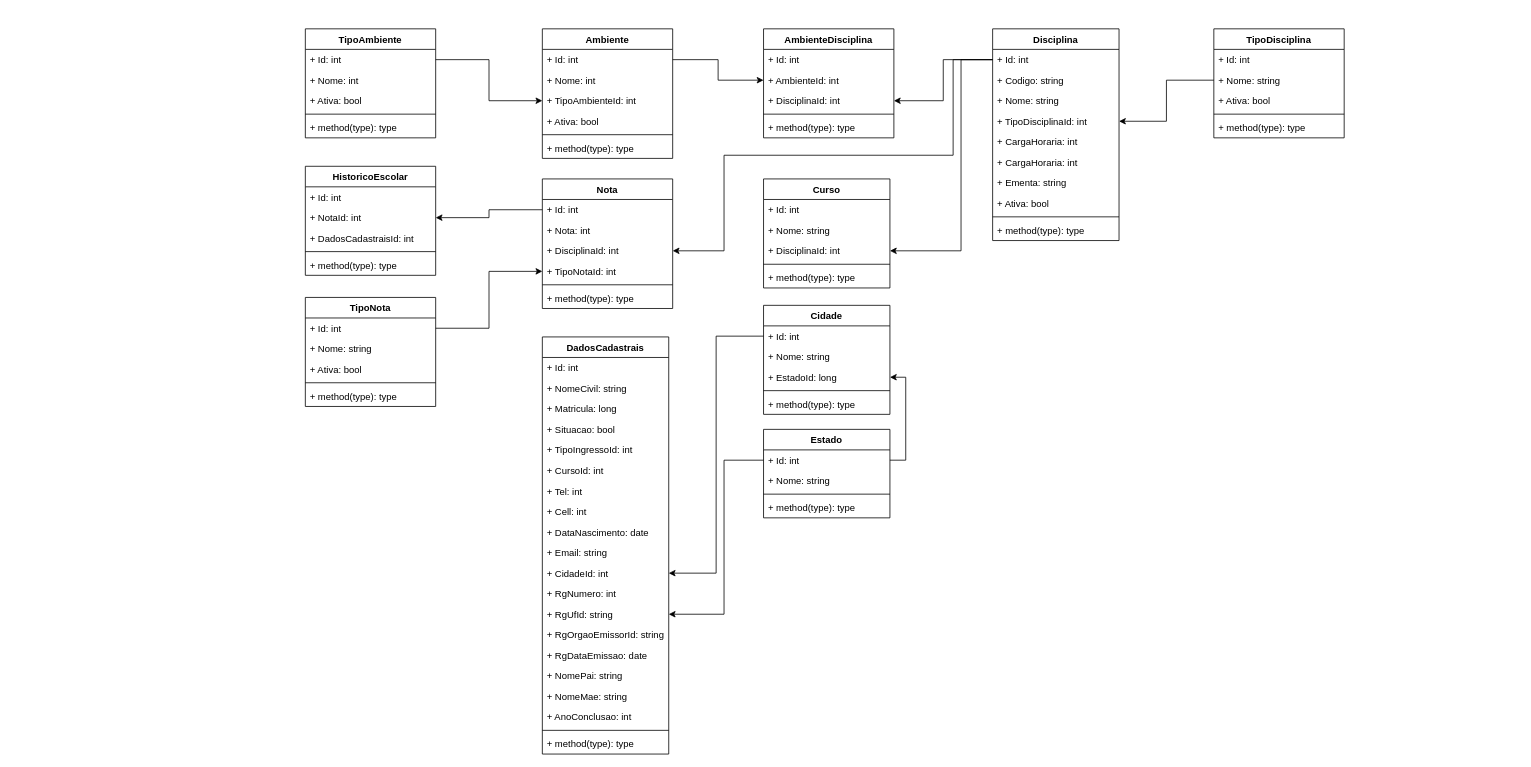
Above: page "POO - Diagrama de Classe" (2 of 2) of DiagramaDeClasse.drawio in Mathschmidt/POO-Abstracao (draw.io), before the change. Source tidied: cells renumbered, new cells numbered last; positions are measured from the earlier drawing's top-left corner, leaving out a move shared by most shapes. Both pictures are drawn from the tidied source at 79%, with x=0, y=0 at pixel (305, 28).
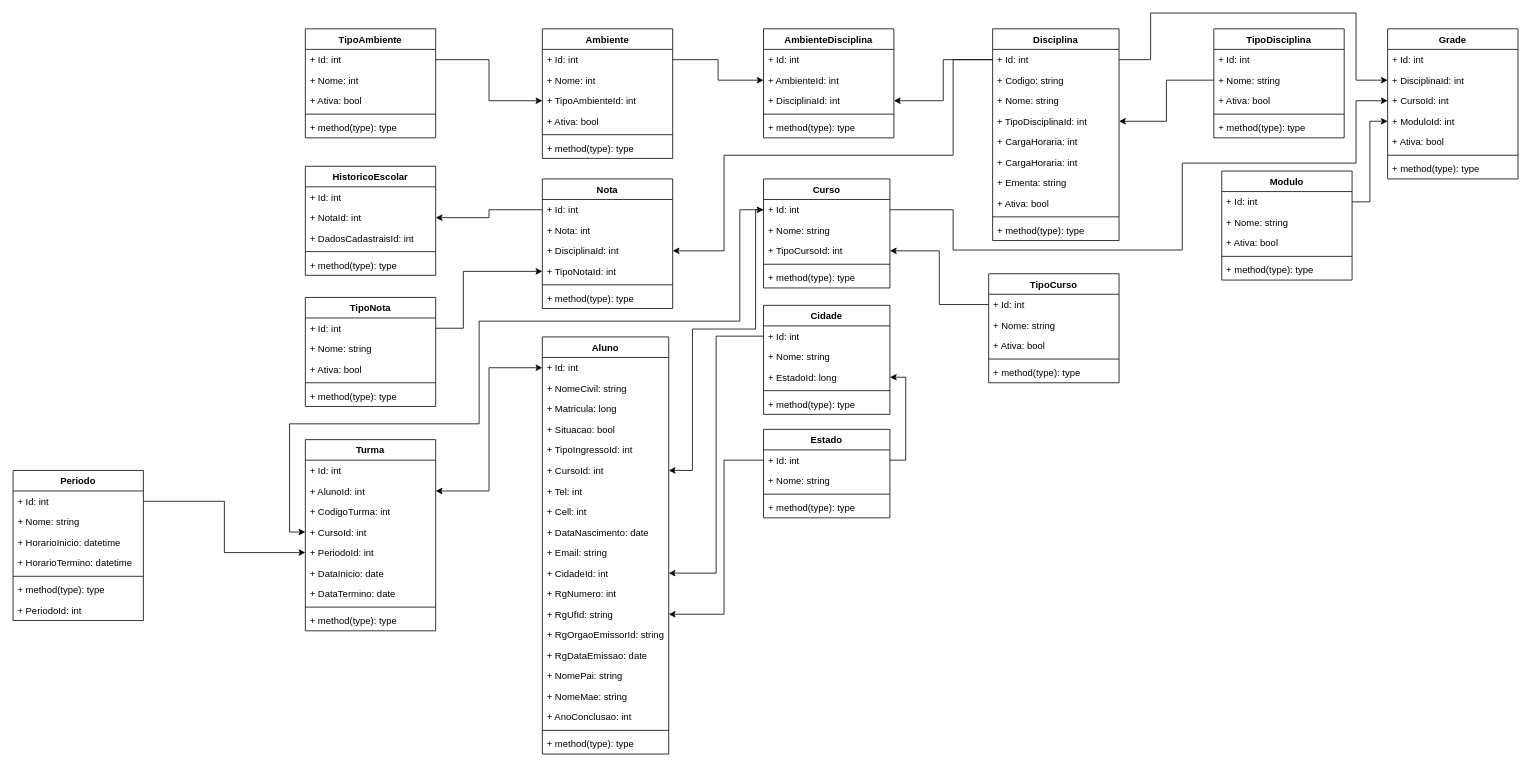
Above is the later version.

Commit message:
CriandoParte3Academico_DiagramaDeClasse.drawio

The change refers to these unchanged cells:
```xml
<mxCell id="3" value="+ Id: int" style="text;strokeColor=none;fillColor=none;align=left;verticalAlign=top;spacingLeft=4;spacingRight=4;overflow=hidden;points=[[0,0.5],[1,0.5]];portConstraint=eastwest;" parent="2" vertex="1">
  <mxGeometry y="26" width="160" height="26" as="geometry" />
</mxCell>
<mxCell id="43" value="+ Id: int" style="text;strokeColor=none;fillColor=none;align=left;verticalAlign=top;spacingLeft=4;spacingRight=4;overflow=hidden;points=[[0,0.5],[1,0.5]];portConstraint=eastwest;" parent="42" vertex="1">
  <mxGeometry y="26" width="160" height="26" as="geometry" />
</mxCell>
<mxCell id="48" value="+ CursoId: int" style="text;strokeColor=none;fillColor=none;align=left;verticalAlign=top;spacingLeft=4;spacingRight=4;overflow=hidden;points=[[0,0.5],[1,0.5]];portConstraint=eastwest;" parent="42" vertex="1">
  <mxGeometry y="156" width="160" height="26" as="geometry" />
</mxCell>
<mxCell id="63" value="Curso" style="swimlane;fontStyle=1;align=center;verticalAlign=top;horizontal=1;startSize=26;" parent="1" vertex="1">
  <mxGeometry x="580" y="190" width="160" height="138" as="geometry" />
</mxCell>
<mxCell id="64" value="+ Id: int" style="text;strokeColor=none;fillColor=none;align=left;verticalAlign=top;spacingLeft=4;spacingRight=4;overflow=hidden;points=[[0,0.5],[1,0.5]];portConstraint=eastwest;" parent="63" vertex="1">
  <mxGeometry y="26" width="160" height="26" as="geometry" />
</mxCell>
<mxCell id="94" value="+ TipoNotaId: int" style="text;strokeColor=none;fillColor=none;align=left;verticalAlign=top;spacingLeft=4;spacingRight=4;overflow=hidden;points=[[0,0.5],[1,0.5]];portConstraint=eastwest;" parent="90" vertex="1">
  <mxGeometry y="104" width="165" height="26" as="geometry" />
</mxCell>
<mxCell id="98" value="+ Id: int" style="text;strokeColor=none;fillColor=none;align=left;verticalAlign=top;spacingLeft=4;spacingRight=4;overflow=hidden;points=[[0,0.5],[1,0.5]];portConstraint=eastwest;" parent="97" vertex="1">
  <mxGeometry y="26" width="165" height="26" as="geometry" />
</mxCell>
```

The edit, as a diff of the source:
```diff
@@
-    <mxCell id="42" value="DadosCadastrais" style="swimlane;fontStyle=1;align=center;verticalAlign=top;horizontal=1;startSize=26;" parent="1" vertex="1">
+    <mxCell id="42" value="Aluno" style="swimlane;fontStyle=1;align=center;verticalAlign=top;horizontal=1;startSize=26;" parent="1" vertex="1">
       <mxGeometry x="300" y="390" width="160" height="528" as="geometry" />
     </mxCell>
@@
-    <mxCell id="66" value="+ DisciplinaId: int" style="text;strokeColor=none;fillColor=none;align=left;verticalAlign=top;spacingLeft=4;spacingRight=4;overflow=hidden;points=[[0,0.5],[1,0.5]];portConstraint=eastwest;" parent="63" vertex="1">
+    <mxCell id="66" value="+ TipoCursoId: int" style="text;strokeColor=none;fillColor=none;align=left;verticalAlign=top;spacingLeft=4;spacingRight=4;overflow=hidden;points=[[0,0.5],[1,0.5]];portConstraint=eastwest;" parent="63" vertex="1">
       <mxGeometry y="78" width="160" height="26" as="geometry" />
     </mxCell>
@@
-    <mxCell id="80" style="edgeStyle=orthogonalEdgeStyle;rounded=0;jettySize=auto;html=1;exitX=0;exitY=0.5;exitDx=0;exitDy=0;entryX=1;entryY=0.5;entryDx=0;entryDy=0;" parent="1" edge="1" source="3" target="66">
-      <mxGeometry relative="1" as="geometry">
-        <Array as="points">
-          <mxPoint x="830" y="39" />
-          <mxPoint x="830" y="281" />
-        </Array>
-      </mxGeometry>
-    </mxCell>
@@
     <mxCell id="104" style="edgeStyle=orthogonalEdgeStyle;rounded=0;jettySize=auto;html=1;exitX=1;exitY=0.5;exitDx=0;exitDy=0;entryX=0;entryY=0.5;entryDx=0;entryDy=0;" parent="1" edge="1" source="98" target="94">
-      <mxGeometry relative="1" as="geometry" />
+      <mxGeometry relative="1" as="geometry">
+        <Array as="points">
+          <mxPoint x="200" y="379" />
+          <mxPoint x="200" y="307" />
+        </Array>
+      </mxGeometry>
     </mxCell>
@@
+    <mxCell id="106" value="Turma" style="swimlane;fontStyle=1;align=center;verticalAlign=top;horizontal=1;startSize=26;" parent="1" vertex="1">
+      <mxGeometry y="520" width="165" height="242" as="geometry" />
+    </mxCell>
+    <mxCell id="107" value="+ Id: int" style="text;strokeColor=none;fillColor=none;align=left;verticalAlign=top;spacingLeft=4;spacingRight=4;overflow=hidden;" parent="106" vertex="1">
+      <mxGeometry y="26" width="165" height="26" as="geometry" />
+    </mxCell>
+    <mxCell id="108" value="+ AlunoId: int " style="text;strokeColor=none;fillColor=none;align=left;verticalAlign=top;spacingLeft=4;spacingRight=4;overflow=hidden;points=[[0,0.5],[1,0.5]];portConstraint=eastwest;" parent="106" vertex="1">
+      <mxGeometry y="52" width="165" height="26" as="geometry" />
+    </mxCell>
+    <mxCell id="109" value="+ CodigoTurma: int" style="text;strokeColor=none;fillColor=none;align=left;verticalAlign=top;spacingLeft=4;spacingRight=4;overflow=hidden;" parent="106" vertex="1">
+      <mxGeometry y="78" width="165" height="26" as="geometry" />
+    </mxCell>
+    <mxCell id="110" value="+ CursoId: int" style="text;strokeColor=none;fillColor=none;align=left;verticalAlign=top;spacingLeft=4;spacingRight=4;overflow=hidden;points=[[0,0.5],[1,0.5]];portConstraint=eastwest;" parent="106" vertex="1">
+      <mxGeometry y="104" width="165" height="26" as="geometry" />
+    </mxCell>
+    <mxCell id="111" value="+ PeriodoId: int" style="text;strokeColor=none;fillColor=none;align=left;verticalAlign=top;spacingLeft=4;spacingRight=4;overflow=hidden;points=[[0,0.5],[1,0.5]];portConstraint=eastwest;" parent="106" vertex="1">
+      <mxGeometry y="130" width="165" height="26" as="geometry" />
+    </mxCell>
+    <mxCell id="112" value="+ DataInicio: date" style="text;strokeColor=none;fillColor=none;align=left;verticalAlign=top;spacingLeft=4;spacingRight=4;overflow=hidden;" parent="106" vertex="1">
+      <mxGeometry y="156" width="165" height="26" as="geometry" />
+    </mxCell>
+    <mxCell id="113" value="+ DataTermino: date" style="text;strokeColor=none;fillColor=none;align=left;verticalAlign=top;spacingLeft=4;spacingRight=4;overflow=hidden;" parent="106" vertex="1">
+      <mxGeometry y="182" width="165" height="26" as="geometry" />
+    </mxCell>
+    <mxCell id="114" style="line;strokeWidth=1;fillColor=none;align=left;verticalAlign=middle;spacingTop=-1;spacingLeft=3;spacingRight=3;labelPosition=right;" parent="106" vertex="1">
+      <mxGeometry y="208" width="165" height="8" as="geometry" />
+    </mxCell>
+    <mxCell id="115" value="+ method(type): type" style="text;strokeColor=none;fillColor=none;align=left;verticalAlign=top;spacingLeft=4;spacingRight=4;overflow=hidden;" parent="106" vertex="1">
+      <mxGeometry y="216" width="165" height="26" as="geometry" />
+    </mxCell>
+    <mxCell id="116" value="Periodo" style="swimlane;fontStyle=1;align=center;verticalAlign=top;horizontal=1;startSize=26;" parent="1" vertex="1">
+      <mxGeometry x="-370" y="559" width="165" height="190" as="geometry" />
+    </mxCell>
+    <mxCell id="117" value="+ Id: int" style="text;strokeColor=none;fillColor=none;align=left;verticalAlign=top;spacingLeft=4;spacingRight=4;overflow=hidden;points=[[0,0.5],[1,0.5]];portConstraint=eastwest;" parent="116" vertex="1">
+      <mxGeometry y="26" width="165" height="26" as="geometry" />
+    </mxCell>
+    <mxCell id="118" value="+ Nome: string" style="text;strokeColor=none;fillColor=none;align=left;verticalAlign=top;spacingLeft=4;spacingRight=4;overflow=hidden;" parent="116" vertex="1">
+      <mxGeometry y="52" width="165" height="26" as="geometry" />
+    </mxCell>
+    <mxCell id="119" value="+ HorarioInicio: datetime" style="text;strokeColor=none;fillColor=none;align=left;verticalAlign=top;spacingLeft=4;spacingRight=4;overflow=hidden;" parent="116" vertex="1">
+      <mxGeometry y="78" width="165" height="26" as="geometry" />
+    </mxCell>
+    <mxCell id="120" value="+ HorarioTermino: datetime" style="text;strokeColor=none;fillColor=none;align=left;verticalAlign=top;spacingLeft=4;spacingRight=4;overflow=hidden;" parent="116" vertex="1">
+      <mxGeometry y="104" width="165" height="26" as="geometry" />
+    </mxCell>
+    <mxCell id="121" style="line;strokeWidth=1;fillColor=none;align=left;verticalAlign=middle;spacingTop=-1;spacingLeft=3;spacingRight=3;labelPosition=right;" parent="116" vertex="1">
+      <mxGeometry y="130" width="165" height="8" as="geometry" />
+    </mxCell>
+    <mxCell id="122" value="+ method(type): type" style="text;strokeColor=none;fillColor=none;align=left;verticalAlign=top;spacingLeft=4;spacingRight=4;overflow=hidden;" parent="116" vertex="1">
+      <mxGeometry y="138" width="165" height="26" as="geometry" />
+    </mxCell>
+    <mxCell id="123" value="+ PeriodoId: int" style="text;strokeColor=none;fillColor=none;align=left;verticalAlign=top;spacingLeft=4;spacingRight=4;overflow=hidden;" parent="116" vertex="1">
+      <mxGeometry y="164" width="165" height="26" as="geometry" />
+    </mxCell>
+    <mxCell id="124" style="rounded=0;jettySize=auto;html=1;exitX=0;exitY=0.5;exitDx=0;exitDy=0;entryX=1;entryY=0.5;entryDx=0;entryDy=0;edgeStyle=orthogonalEdgeStyle;startArrow=classic;startFill=1;" parent="1" edge="1" source="43" target="108">
+      <mxGeometry relative="1" as="geometry" />
+    </mxCell>
+    <mxCell id="125" style="edgeStyle=orthogonalEdgeStyle;rounded=0;jettySize=auto;html=1;exitX=0;exitY=0.5;exitDx=0;exitDy=0;entryX=0;entryY=0.5;entryDx=0;entryDy=0;startArrow=classic;startFill=1;" parent="1" edge="1" source="64" target="110">
+      <mxGeometry relative="1" as="geometry">
+        <Array as="points">
+          <mxPoint x="550" y="229" />
+          <mxPoint x="550" y="370" />
+          <mxPoint x="220" y="370" />
+          <mxPoint x="220" y="500" />
+          <mxPoint x="-20" y="500" />
+          <mxPoint x="-20" y="637" />
+        </Array>
+      </mxGeometry>
+    </mxCell>
+    <mxCell id="126" style="edgeStyle=orthogonalEdgeStyle;rounded=0;jettySize=auto;html=1;exitX=1;exitY=0.5;exitDx=0;exitDy=0;entryX=0;entryY=0.5;entryDx=0;entryDy=0;startArrow=none;startFill=0;" parent="1" edge="1" source="117" target="111">
+      <mxGeometry relative="1" as="geometry" />
+    </mxCell>
+    <mxCell id="127" value="Grade" style="swimlane;fontStyle=1;align=center;verticalAlign=top;horizontal=1;startSize=26;" parent="1" vertex="1">
+      <mxGeometry x="1370" width="165" height="190" as="geometry" />
+    </mxCell>
+    <mxCell id="128" value="+ Id: int" style="text;strokeColor=none;fillColor=none;align=left;verticalAlign=top;spacingLeft=4;spacingRight=4;overflow=hidden;" parent="127" vertex="1">
+      <mxGeometry y="26" width="165" height="26" as="geometry" />
+    </mxCell>
+    <mxCell id="129" value="+ DisciplinaId: int" style="text;strokeColor=none;fillColor=none;align=left;verticalAlign=top;spacingLeft=4;spacingRight=4;overflow=hidden;points=[[0,0.5],[1,0.5]];portConstraint=eastwest;" parent="127" vertex="1">
+      <mxGeometry y="52" width="165" height="26" as="geometry" />
+    </mxCell>
+    <mxCell id="130" value="+ CursoId: int" style="text;strokeColor=none;fillColor=none;align=left;verticalAlign=top;spacingLeft=4;spacingRight=4;overflow=hidden;points=[[0,0.5],[1,0.5]];portConstraint=eastwest;" parent="127" vertex="1">
+      <mxGeometry y="78" width="165" height="26" as="geometry" />
+    </mxCell>
+    <mxCell id="131" value="+ ModuloId: int" style="text;strokeColor=none;fillColor=none;align=left;verticalAlign=top;spacingLeft=4;spacingRight=4;overflow=hidden;points=[[0,0.5],[1,0.5]];portConstraint=eastwest;" parent="127" vertex="1">
+      <mxGeometry y="104" width="165" height="26" as="geometry" />
+    </mxCell>
+    <mxCell id="132" value="+ Ativa: bool" style="text;strokeColor=none;fillColor=none;align=left;verticalAlign=top;spacingLeft=4;spacingRight=4;overflow=hidden;" parent="127" vertex="1">
+      <mxGeometry y="130" width="165" height="26" as="geometry" />
+    </mxCell>
+    <mxCell id="133" style="line;strokeWidth=1;fillColor=none;align=left;verticalAlign=middle;spacingTop=-1;spacingLeft=3;spacingRight=3;labelPosition=right;" parent="127" vertex="1">
+      <mxGeometry y="156" width="165" height="8" as="geometry" />
+    </mxCell>
+    <mxCell id="134" value="+ method(type): type" style="text;strokeColor=none;fillColor=none;align=left;verticalAlign=top;spacingLeft=4;spacingRight=4;overflow=hidden;" parent="127" vertex="1">
+      <mxGeometry y="164" width="165" height="26" as="geometry" />
+    </mxCell>
+    <mxCell id="135" value="TipoCurso" style="swimlane;fontStyle=1;align=center;verticalAlign=top;horizontal=1;startSize=26;" parent="1" vertex="1">
+      <mxGeometry x="865" y="310" width="165" height="138" as="geometry" />
+    </mxCell>
+    <mxCell id="136" value="+ Id: int" style="text;strokeColor=none;fillColor=none;align=left;verticalAlign=top;spacingLeft=4;spacingRight=4;overflow=hidden;points=[[0,0.5],[1,0.5]];portConstraint=eastwest;" parent="135" vertex="1">
+      <mxGeometry y="26" width="165" height="26" as="geometry" />
+    </mxCell>
+    <mxCell id="137" value="+ Nome: string" style="text;strokeColor=none;fillColor=none;align=left;verticalAlign=top;spacingLeft=4;spacingRight=4;overflow=hidden;" parent="135" vertex="1">
+      <mxGeometry y="52" width="165" height="26" as="geometry" />
+    </mxCell>
+    <mxCell id="138" value="+ Ativa: bool" style="text;strokeColor=none;fillColor=none;align=left;verticalAlign=top;spacingLeft=4;spacingRight=4;overflow=hidden;" parent="135" vertex="1">
+      <mxGeometry y="78" width="165" height="26" as="geometry" />
+    </mxCell>
+    <mxCell id="139" style="line;strokeWidth=1;fillColor=none;align=left;verticalAlign=middle;spacingTop=-1;spacingLeft=3;spacingRight=3;labelPosition=right;" parent="135" vertex="1">
+      <mxGeometry y="104" width="165" height="8" as="geometry" />
+    </mxCell>
+    <mxCell id="140" value="+ method(type): type" style="text;strokeColor=none;fillColor=none;align=left;verticalAlign=top;spacingLeft=4;spacingRight=4;overflow=hidden;" parent="135" vertex="1">
+      <mxGeometry y="112" width="165" height="26" as="geometry" />
+    </mxCell>
+    <mxCell id="141" style="edgeStyle=orthogonalEdgeStyle;rounded=0;jettySize=auto;html=1;entryX=1;entryY=0.5;entryDx=0;entryDy=0;startArrow=none;startFill=0;" parent="1" edge="1" source="136" target="66">
+      <mxGeometry relative="1" as="geometry" />
+    </mxCell>
+    <mxCell id="142" value="Modulo" style="swimlane;fontStyle=1;align=center;verticalAlign=top;horizontal=1;startSize=26;" parent="1" vertex="1">
+      <mxGeometry x="1160" y="180" width="165" height="138" as="geometry" />
+    </mxCell>
+    <mxCell id="143" value="+ Id: int" style="text;strokeColor=none;fillColor=none;align=left;verticalAlign=top;spacingLeft=4;spacingRight=4;overflow=hidden;points=[[0,0.5],[1,0.5]];portConstraint=eastwest;" parent="142" vertex="1">
+      <mxGeometry y="26" width="165" height="26" as="geometry" />
+    </mxCell>
+    <mxCell id="144" value="+ Nome: string" style="text;strokeColor=none;fillColor=none;align=left;verticalAlign=top;spacingLeft=4;spacingRight=4;overflow=hidden;" parent="142" vertex="1">
+      <mxGeometry y="52" width="165" height="26" as="geometry" />
+    </mxCell>
+    <mxCell id="145" value="+ Ativa: bool" style="text;strokeColor=none;fillColor=none;align=left;verticalAlign=top;spacingLeft=4;spacingRight=4;overflow=hidden;" parent="142" vertex="1">
+      <mxGeometry y="78" width="165" height="26" as="geometry" />
+    </mxCell>
+    <mxCell id="146" style="line;strokeWidth=1;fillColor=none;align=left;verticalAlign=middle;spacingTop=-1;spacingLeft=3;spacingRight=3;labelPosition=right;" parent="142" vertex="1">
+      <mxGeometry y="104" width="165" height="8" as="geometry" />
+    </mxCell>
+    <mxCell id="147" value="+ method(type): type" style="text;strokeColor=none;fillColor=none;align=left;verticalAlign=top;spacingLeft=4;spacingRight=4;overflow=hidden;" parent="142" vertex="1">
+      <mxGeometry y="112" width="165" height="26" as="geometry" />
+    </mxCell>
+    <mxCell id="148" style="edgeStyle=orthogonalEdgeStyle;rounded=0;jettySize=auto;html=1;exitX=1;exitY=0.5;exitDx=0;exitDy=0;entryX=0;entryY=0.5;entryDx=0;entryDy=0;startArrow=none;startFill=0;" parent="1" edge="1" source="143" target="131">
+      <mxGeometry relative="1" as="geometry" />
+    </mxCell>
+    <mxCell id="149" style="edgeStyle=orthogonalEdgeStyle;rounded=0;jettySize=auto;html=1;exitX=1;exitY=0.5;exitDx=0;exitDy=0;entryX=0;entryY=0.5;entryDx=0;entryDy=0;startArrow=none;startFill=0;" parent="1" edge="1" source="64" target="130">
+      <mxGeometry relative="1" as="geometry">
+        <Array as="points">
+          <mxPoint x="820" y="229" />
+          <mxPoint x="820" y="280" />
+          <mxPoint x="1110" y="280" />
+          <mxPoint x="1110" y="170" />
+          <mxPoint x="1330" y="170" />
+          <mxPoint x="1330" y="91" />
+        </Array>
+      </mxGeometry>
+    </mxCell>
+    <mxCell id="150" style="edgeStyle=orthogonalEdgeStyle;rounded=0;jettySize=auto;html=1;exitX=1;exitY=0.5;exitDx=0;exitDy=0;entryX=0;entryY=0.5;entryDx=0;entryDy=0;startArrow=none;startFill=0;" parent="1" edge="1" source="3" target="129">
+      <mxGeometry relative="1" as="geometry">
+        <Array as="points">
+          <mxPoint x="1070" y="39" />
+          <mxPoint x="1070" y="-20" />
+          <mxPoint x="1330" y="-20" />
+          <mxPoint x="1330" y="65" />
+        </Array>
+      </mxGeometry>
+    </mxCell>
+    <mxCell id="151" style="edgeStyle=orthogonalEdgeStyle;rounded=0;jettySize=auto;html=1;exitX=0;exitY=0.5;exitDx=0;exitDy=0;startArrow=none;startFill=0;" parent="1" edge="1" source="64" target="48">
+      <mxGeometry relative="1" as="geometry">
+        <Array as="points">
+          <mxPoint x="570" y="229" />
+          <mxPoint x="570" y="380" />
+          <mxPoint x="490" y="380" />
+          <mxPoint x="490" y="559" />
+        </Array>
+      </mxGeometry>
+    </mxCell>
```
